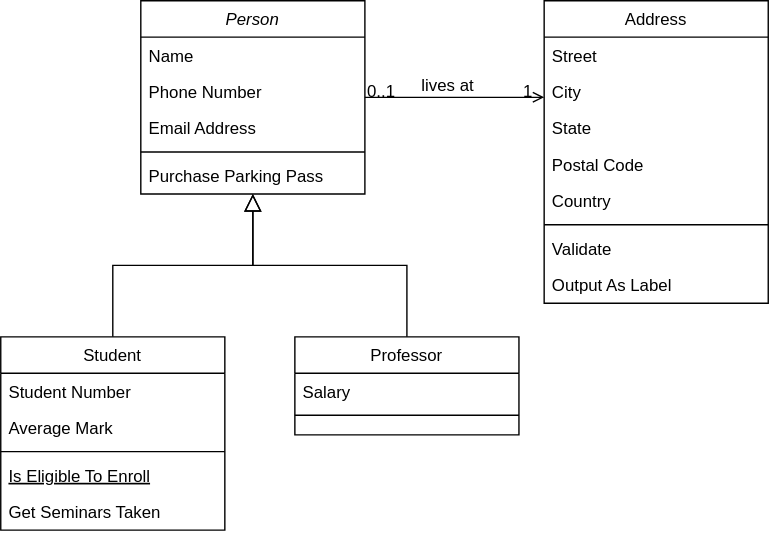
yokenzan/drawio-test keeps this draw.io diagram as diagrams/名称未設定ファイル.drawio.svg. Above is the earlier version. Source tidied: cells renumbered, new cells last; positions are measured from the earlier drawing's top-left corner, leaving out a move shared by most shapes.
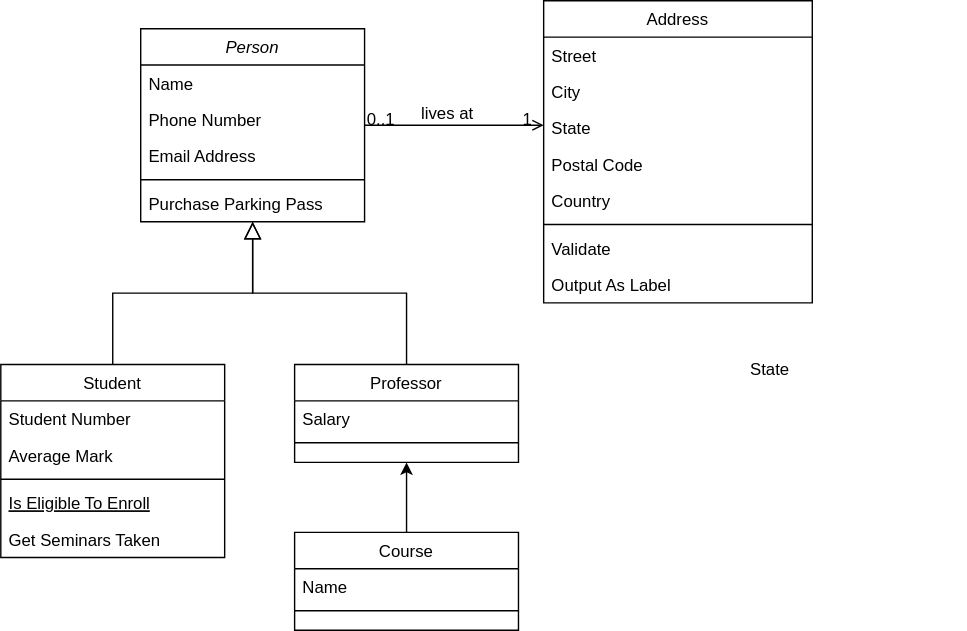
Later version of the same file.

What changed in the source:
```diff
@@ -54,31 +54,31 @@
       <mxGeometry relative="1" as="geometry" />
     </mxCell>
     <mxCell id="19" value="Address" style="swimlane;fontStyle=0;align=center;verticalAlign=top;horizontal=1;startSize=26;rounded=0;shadow=0;strokeWidth=1;" parent="1" vertex="1">
-      <mxGeometry x="388" width="160" height="216" as="geometry" />
+      <mxGeometry x="388" y="-20" width="192" height="216" as="geometry" />
     </mxCell>
     <mxCell id="20" value="Street" style="text;align=left;verticalAlign=top;spacingLeft=4;spacingRight=4;overflow=hidden;" parent="19" vertex="1">
-      <mxGeometry y="26" width="160" height="26" as="geometry" />
+      <mxGeometry y="26" width="192" height="26" as="geometry" />
     </mxCell>
     <mxCell id="21" value="City" style="text;align=left;verticalAlign=top;spacingLeft=4;spacingRight=4;overflow=hidden;rounded=0;shadow=0;html=0;" parent="19" vertex="1">
-      <mxGeometry y="52" width="160" height="26" as="geometry" />
+      <mxGeometry y="52" width="192" height="26" as="geometry" />
     </mxCell>
     <mxCell id="22" value="State" style="text;align=left;verticalAlign=top;spacingLeft=4;spacingRight=4;overflow=hidden;rounded=0;shadow=0;html=0;" parent="19" vertex="1">
-      <mxGeometry y="78" width="160" height="26" as="geometry" />
+      <mxGeometry y="78" width="192" height="26" as="geometry" />
     </mxCell>
     <mxCell id="23" value="Postal Code" style="text;align=left;verticalAlign=top;spacingLeft=4;spacingRight=4;overflow=hidden;rounded=0;shadow=0;html=0;" parent="19" vertex="1">
-      <mxGeometry y="104" width="160" height="26" as="geometry" />
+      <mxGeometry y="104" width="192" height="26" as="geometry" />
     </mxCell>
     <mxCell id="24" value="Country" style="text;align=left;verticalAlign=top;spacingLeft=4;spacingRight=4;overflow=hidden;rounded=0;shadow=0;html=0;" parent="19" vertex="1">
-      <mxGeometry y="130" width="160" height="26" as="geometry" />
+      <mxGeometry y="130" width="192" height="26" as="geometry" />
     </mxCell>
     <mxCell id="25" style="line;html=1;strokeWidth=1;align=left;verticalAlign=middle;spacingTop=-1;spacingLeft=3;spacingRight=3;labelPosition=right;" parent="19" vertex="1">
-      <mxGeometry y="156" width="160" height="8" as="geometry" />
+      <mxGeometry y="156" width="192" height="8" as="geometry" />
     </mxCell>
     <mxCell id="26" value="Validate" style="text;align=left;verticalAlign=top;spacingLeft=4;spacingRight=4;overflow=hidden;" parent="19" vertex="1">
-      <mxGeometry y="164" width="160" height="26" as="geometry" />
+      <mxGeometry y="164" width="192" height="26" as="geometry" />
     </mxCell>
     <mxCell id="27" value="Output As Label" style="text;align=left;verticalAlign=top;spacingLeft=4;spacingRight=4;overflow=hidden;" parent="19" vertex="1">
-      <mxGeometry y="190" width="160" height="26" as="geometry" />
+      <mxGeometry y="190" width="192" height="26" as="geometry" />
     </mxCell>
     <mxCell id="28" style="endArrow=open;shadow=0;strokeWidth=1;rounded=0;curved=0;endFill=1;edgeStyle=elbowEdgeStyle;elbow=vertical;" parent="1" edge="1" source="2" target="19">
       <mxGeometry x="0.5" y="41" relative="1" as="geometry">
@@ -100,5 +100,20 @@
         <mxPoint x="-38" y="40" as="offset" />
       </mxGeometry>
     </mxCell>
+    <mxCell id="32" style="edgeStyle=none;html=1;exitX=0.5;exitY=0;exitDx=0;exitDy=0;entryX=0.5;entryY=1;entryDx=0;entryDy=0;" parent="1" edge="1" source="33" target="15">
+      <mxGeometry relative="1" as="geometry" />
+    </mxCell>
+    <mxCell id="33" value="Course" style="swimlane;fontStyle=0;align=center;verticalAlign=top;horizontal=1;startSize=26;rounded=0;shadow=0;strokeWidth=1;" parent="1" vertex="1">
+      <mxGeometry x="210" y="360" width="160" height="70" as="geometry" />
+    </mxCell>
+    <mxCell id="34" value="Name" style="text;align=left;verticalAlign=top;spacingLeft=4;spacingRight=4;overflow=hidden;" parent="33" vertex="1">
+      <mxGeometry y="26" width="160" height="26" as="geometry" />
+    </mxCell>
+    <mxCell id="35" style="line;html=1;strokeWidth=1;align=left;verticalAlign=middle;spacingTop=-1;spacingLeft=3;spacingRight=3;labelPosition=right;" parent="33" vertex="1">
+      <mxGeometry y="52" width="160" height="8" as="geometry" />
+    </mxCell>
+    <mxCell id="36" value="State" style="text;align=left;verticalAlign=top;spacingLeft=4;spacingRight=4;overflow=hidden;rounded=0;shadow=0;html=0;" parent="1" vertex="1">
+      <mxGeometry x="530" y="230" width="160" height="26" as="geometry" />
+    </mxCell>
   </root>
 </mxGraphModel>
```
